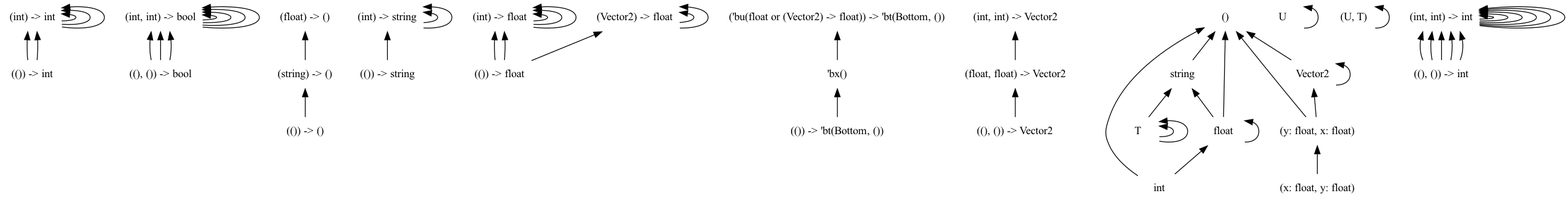
Above: dots/png/5.dot.png in chocobo333/regino (Graphviz), before the change. Its source is kept beside it as dots/5.dot.
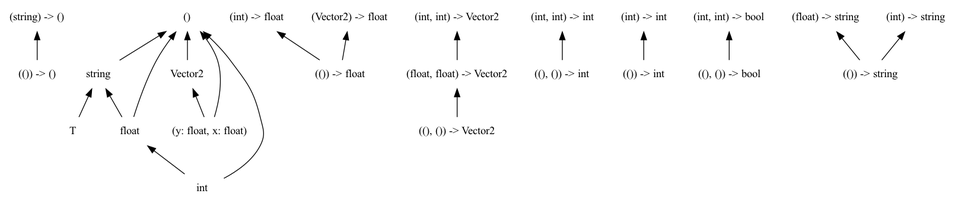
After the commit.

Diff of the diagram source:
```diff
@@ -8,91 +8,47 @@
   edge [
     dir = back
     ];
-  "(()) -> int"
-  "(int) -> int"
-  "((), ()) -> bool"
-  "(int, int) -> bool"
+  "(string) -> ()"
   "(()) -> ()"
-  "(string) -> ()"
-  "(()) -> string"
-  "(int) -> string"
-  "(()) -> float"
-  "(int) -> float"
-  "(()) -> 'bt(Bottom, ())"
-  "(Vector2) -> float"
-  "((), ()) -> Vector2"
-  "(float, float) -> Vector2"
-  "(float) -> ()"
   "string"
   "Vector2"
-  "('bu(float or (Vector2) -> float)) -> 'bt(Bottom, ())"
+  "(()) -> float"
+  "T"
+  "((), ()) -> Vector2"
   "(int, int) -> Vector2"
+  "((), ()) -> int"
+  "(int) -> int"
+  "(int, int) -> int"
+  "()"
+  "(int, int) -> bool"
+  "(float, float) -> Vector2"
+  "(float) -> string"
+  "(()) -> string"
+  "(int) -> float"
+  "(Vector2) -> float"
   "(y: float, x: float)"
-  "T"
-  "U"
-  "T"
-  "T"
-  "()"
-  "(U, T)"
-  "'bx()"
+  "(int) -> string"
   "float"
+  "(()) -> int"
   "int"
-  "((), ()) -> int"
-  "(int, int) -> int"
-  "(float, float) -> Vector2" -> "((), ()) -> Vector2"
-  "(int, int) -> Vector2" -> "(float, float) -> Vector2"
-  "(int, int) -> int" -> "((), ()) -> int"
-  "(int, int) -> int" -> "((), ()) -> int"
-  "(int, int) -> int" -> "((), ()) -> int"
-  "(int, int) -> int" -> "(int, int) -> int"
-  "(int, int) -> int" -> "((), ()) -> int"
-  "(int, int) -> int" -> "((), ()) -> int"
-  "(int, int) -> int" -> "(int, int) -> int"
-  "(int) -> int" -> "(int) -> int"
-  "(int) -> int" -> "(()) -> int"
-  "(int) -> int" -> "(()) -> int"
-  "(int) -> int" -> "(int) -> int"
-  "(int, int) -> int" -> "(int, int) -> int"
-  "(int) -> int" -> "(int) -> int"
-  "(int, int) -> int" -> "(int, int) -> int"
-  "(int, int) -> bool" -> "((), ()) -> bool"
-  "(int, int) -> bool" -> "(int, int) -> bool"
-  "(int, int) -> bool" -> "((), ()) -> bool"
-  "(int, int) -> bool" -> "((), ()) -> bool"
-  "(int, int) -> bool" -> "(int, int) -> bool"
-  "(int, int) -> bool" -> "(int, int) -> bool"
-  "(int) -> string" -> "(()) -> string"
-  "(int) -> string" -> "(int) -> string"
-  "(int) -> string" -> "(int) -> string"
+  "((), ()) -> bool"
   "(string) -> ()" -> "(()) -> ()"
   "string" -> "T"
   "string" -> "float"
-  "Vector2" -> "Vector2"
   "Vector2" -> "(y: float, x: float)"
-  "(float) -> ()" -> "(string) -> ()"
-  "(int, int) -> bool" -> "(int, int) -> bool"
-  "(int, int) -> int" -> "(int, int) -> int"
-  "(int, int) -> int" -> "(int, int) -> int"
-  "(int) -> float" -> "(()) -> float"
-  "(int) -> float" -> "(()) -> float"
-  "(int) -> float" -> "(int) -> float"
-  "(int) -> float" -> "(int) -> float"
-  "(int) -> float" -> "(int) -> float"
-  "('bu(float or (Vector2) -> float)) -> 'bt(Bottom, ())" -> "'bx()"
-  "(y: float, x: float)" -> "(x: float, y: float)"
-  "T" -> "T"
-  "U" -> "U"
-  "T" -> "T"
+  "(int, int) -> Vector2" -> "(float, float) -> Vector2"
+  "(int) -> int" -> "(()) -> int"
+  "(int, int) -> int" -> "((), ()) -> int"
   "()" -> "string"
   "()" -> "Vector2"
   "()" -> "(y: float, x: float)"
   "()" -> "float"
   "()" -> "int"
-  "(U, T)" -> "(U, T)"
-  "'bx()" -> "(()) -> 'bt(Bottom, ())"
-  "float" -> "float"
+  "(int, int) -> bool" -> "((), ()) -> bool"
+  "(float, float) -> Vector2" -> "((), ()) -> Vector2"
+  "(float) -> string" -> "(()) -> string"
+  "(int) -> float" -> "(()) -> float"
+  "(Vector2) -> float" -> "(()) -> float"
+  "(int) -> string" -> "(()) -> string"
   "float" -> "int"
-  "(Vector2) -> float" -> "(()) -> float"
-  "(Vector2) -> float" -> "(Vector2) -> float"
-  "(Vector2) -> float" -> "(Vector2) -> float"
 }
```
